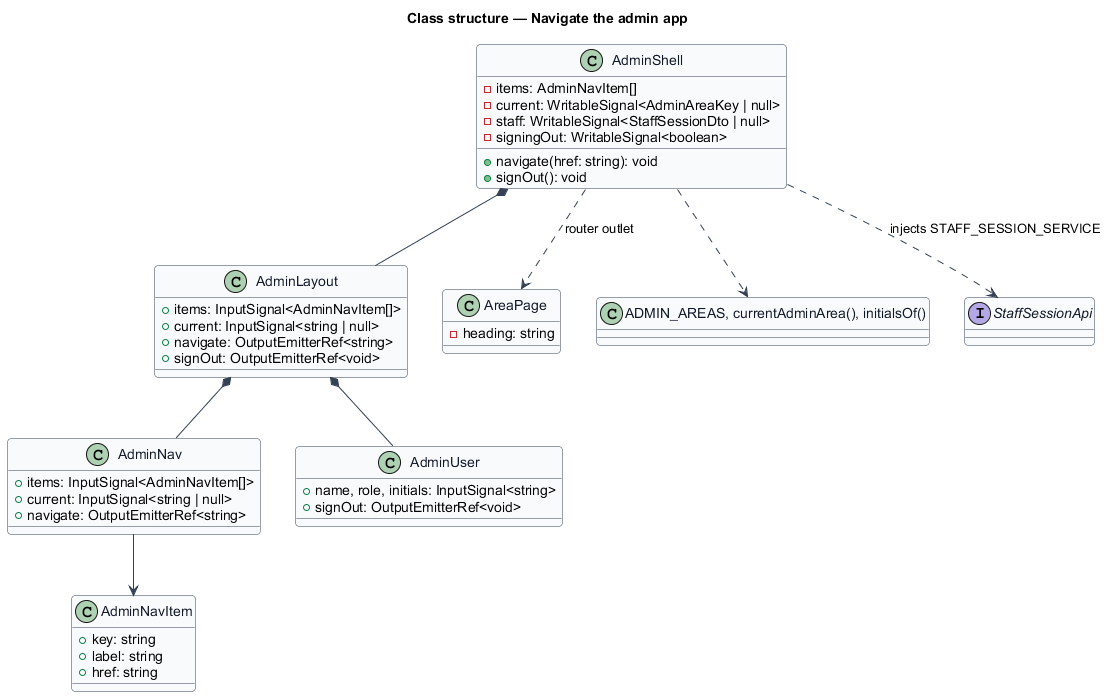
Earlier version of the PlantUML export docs/detailed-designs/admin-access/navigate-admin-app/diagrams/class.png (QuinntyneBrown/christian-fitness).
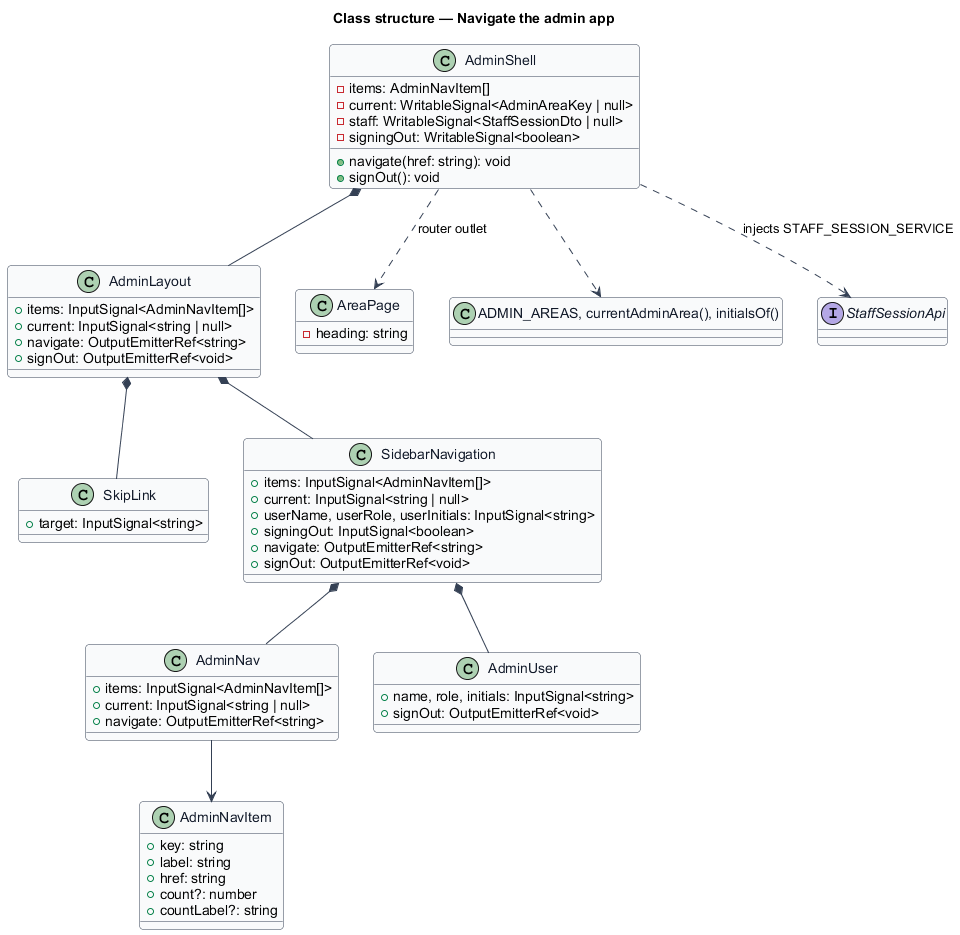
Later version of the same file.

The edit, as a diff of the source:
```diff
@@ -25,6 +25,17 @@
   +navigate: OutputEmitterRef<string>
   +signOut: OutputEmitterRef<void>
 }
+class SkipLink {
+  +target: InputSignal<string>
+}
+class SidebarNavigation {
+  +items: InputSignal<AdminNavItem[]>
+  +current: InputSignal<string | null>
+  +userName, userRole, userInitials: InputSignal<string>
+  +signingOut: InputSignal<boolean>
+  +navigate: OutputEmitterRef<string>
+  +signOut: OutputEmitterRef<void>
+}
 class AdminNav {
   +items: InputSignal<AdminNavItem[]>
   +current: InputSignal<string | null>
@@ -41,12 +52,16 @@
   +key: string
   +label: string
   +href: string
+  +count?: number
+  +countLabel?: string
 }
 class "ADMIN_AREAS, currentAdminArea(), initialsOf()" as domain
 interface StaffSessionApi
 AdminShell *-- AdminLayout
-AdminLayout *-- AdminNav
-AdminLayout *-- AdminUser
+AdminLayout *-- SkipLink
+AdminLayout *-- SidebarNavigation
+SidebarNavigation *-- AdminNav
+SidebarNavigation *-- AdminUser
 AdminShell ..> AreaPage : router outlet
 AdminShell ..> StaffSessionApi : injects STAFF_SESSION_SERVICE
 AdminShell ..> domain
```
